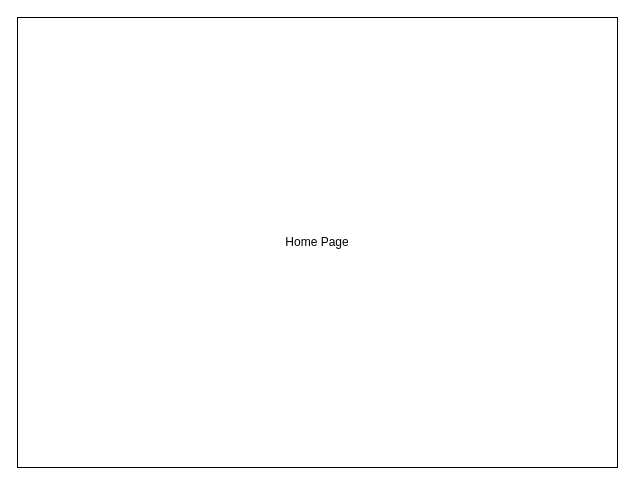
Earlier version of the draw.io diagram homepage_wireframes.drawio (0923frisk-max/Front-End_Web_Assignment_Group55). Source tidied: cells renumbered, new cells numbered last; positions are measured from the earlier drawing's top-left corner, leaving out a move shared by most shapes. Both pictures are drawn from the tidied source at 100%, with x=0, y=0 at pixel (17, 17). Pictures stored in the file or linked from it are replaced by grey dashed boxes.
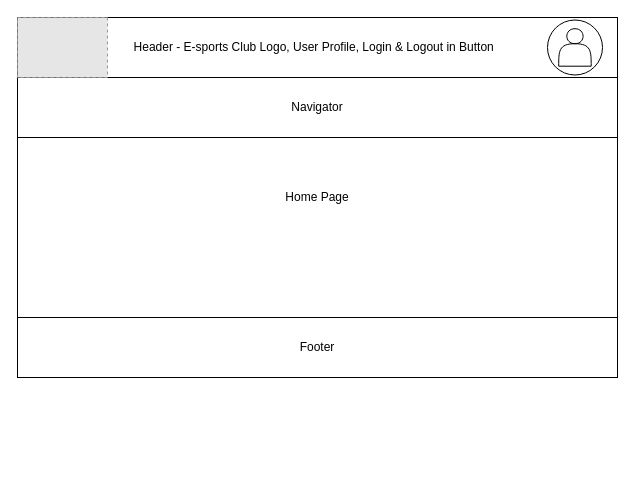
Above is the later version.

The edit, as a diff of the source:
```diff
@@
 <mxGraphModel>
   <root>
     <mxCell id="0" />
     <mxCell id="1" parent="0" />
     <mxCell id="2" value="Home Page" style="rounded=0;whiteSpace=wrap;html=1;" parent="1" vertex="1">
-      <mxGeometry width="600" height="450" as="geometry" />
+      <mxGeometry width="600" height="360" as="geometry" />
     </mxCell>
+    <mxCell id="3" value="Header - E-sports Club Logo, User Profile, Login &amp;amp; Logout in Button&amp;nbsp;&amp;nbsp;" style="rounded=0;whiteSpace=wrap;html=1;" parent="1" vertex="1">
+      <mxGeometry width="600" height="60" as="geometry" />
+    </mxCell>
+    <mxCell id="4" value="Navigator" style="rounded=0;whiteSpace=wrap;html=1;" parent="1" vertex="1">
+      <mxGeometry y="60" width="600" height="60" as="geometry" />
+    </mxCell>
+    <mxCell id="5" style="ellipse;whiteSpace=wrap;html=1;" parent="1" vertex="1">
+      <mxGeometry x="530" y="2.5" width="55" height="55" as="geometry" />
+    </mxCell>
+    <mxCell id="6" style="shape=actor;whiteSpace=wrap;html=1;" parent="1" vertex="1">
+      <mxGeometry x="541.2" y="11.2" width="32.5" height="37.5" as="geometry" />
+    </mxCell>
+    <mxCell id="7" style="fillColor=#E6E6E6;strokeColor=#999999;dashed=1;verticalLabelPosition=bottom;labelBackgroundColor=default;verticalAlign=top;" parent="1" vertex="1">
+      <mxGeometry width="90" height="60" as="geometry" />
+    </mxCell>
+    <mxCell id="8" value="Footer" style="rounded=0;whiteSpace=wrap;html=1;" parent="1" vertex="1">
+      <mxGeometry y="300" width="600" height="60" as="geometry" />
+    </mxCell>
   </root>
 </mxGraphModel>
```
